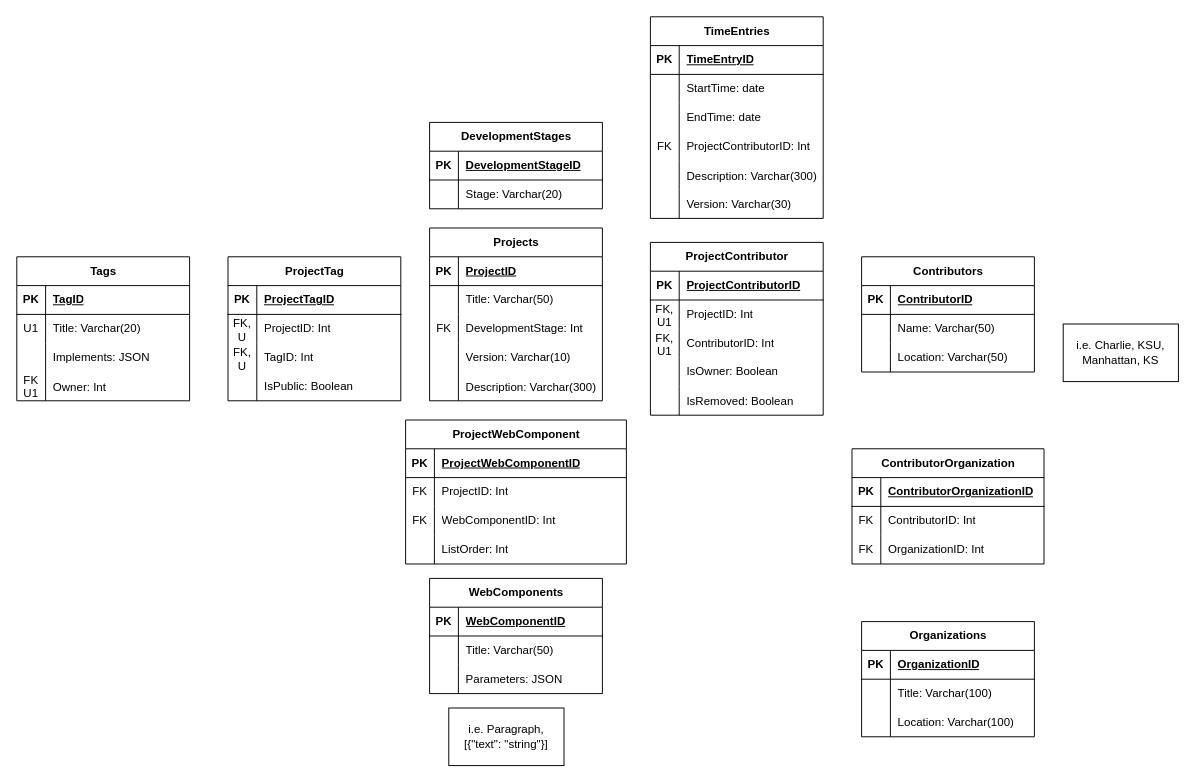
This is Documentation/projectmanager.drawio from TheChar/SphereAPI, a draw.io file, before an edit. Source tidied: cells renumbered, new cells numbered last; positions are measured from the earlier drawing's top-left corner, leaving out a move shared by most shapes. Both pictures are drawn from the tidied source at 96%, with x=0, y=0 at pixel (16, 16).
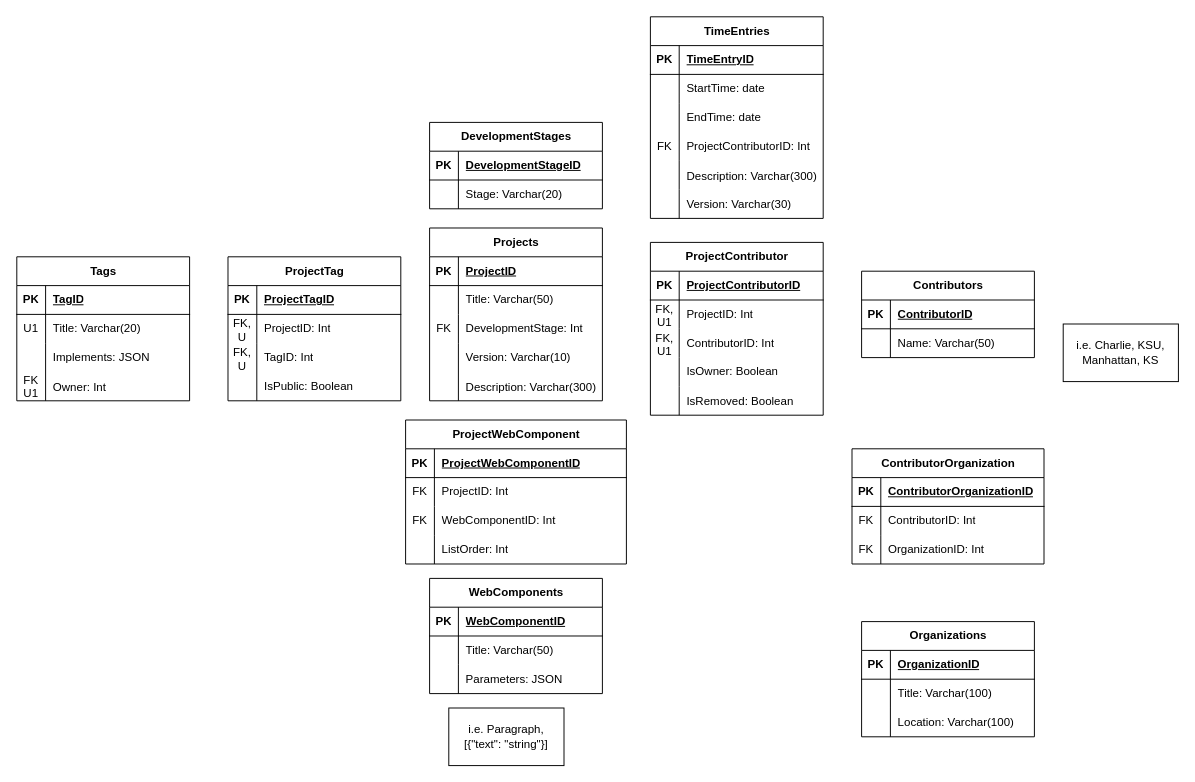
After the change.

Diff of the diagram source:
```diff
@@
     <mxCell id="18" value="Contributors" style="shape=table;startSize=30;childLayout=tableLayout;rowLines=0;fontStyle=1;align=center;html=1;" parent="1" vertex="1">
-      <mxGeometry x="880" y="250" width="180" height="120" as="geometry" />
+      <mxGeometry x="880" y="265" width="180" height="90" as="geometry" />
     </mxCell>
@@
-    <mxCell id="25" style="shape=tableRow;horizontal=0;startSize=0;swimlaneHead=0;swimlaneBody=0;fillColor=none;top=0;left=0;right=0;bottom=0;" parent="18" vertex="1">
-      <mxGeometry y="90" width="180" height="30" as="geometry" />
-    </mxCell>
-    <mxCell id="26" style="shape=partialRectangle;fillColor=none;top=0;left=0;bottom=0;right=0;overflow=hidden;whiteSpace=wrap;html=1;" parent="25" vertex="1">
-      <mxGeometry width="30" height="30" as="geometry" />
-    </mxCell>
-    <mxCell id="27" value="Location: Varchar(50)" style="shape=partialRectangle;fillColor=none;top=0;left=0;bottom=0;right=0;align=left;spacingLeft=6;overflow=hidden;whiteSpace=wrap;html=1;" parent="25" vertex="1">
-      <mxGeometry x="30" width="150" height="30" as="geometry" />
-    </mxCell>
```
